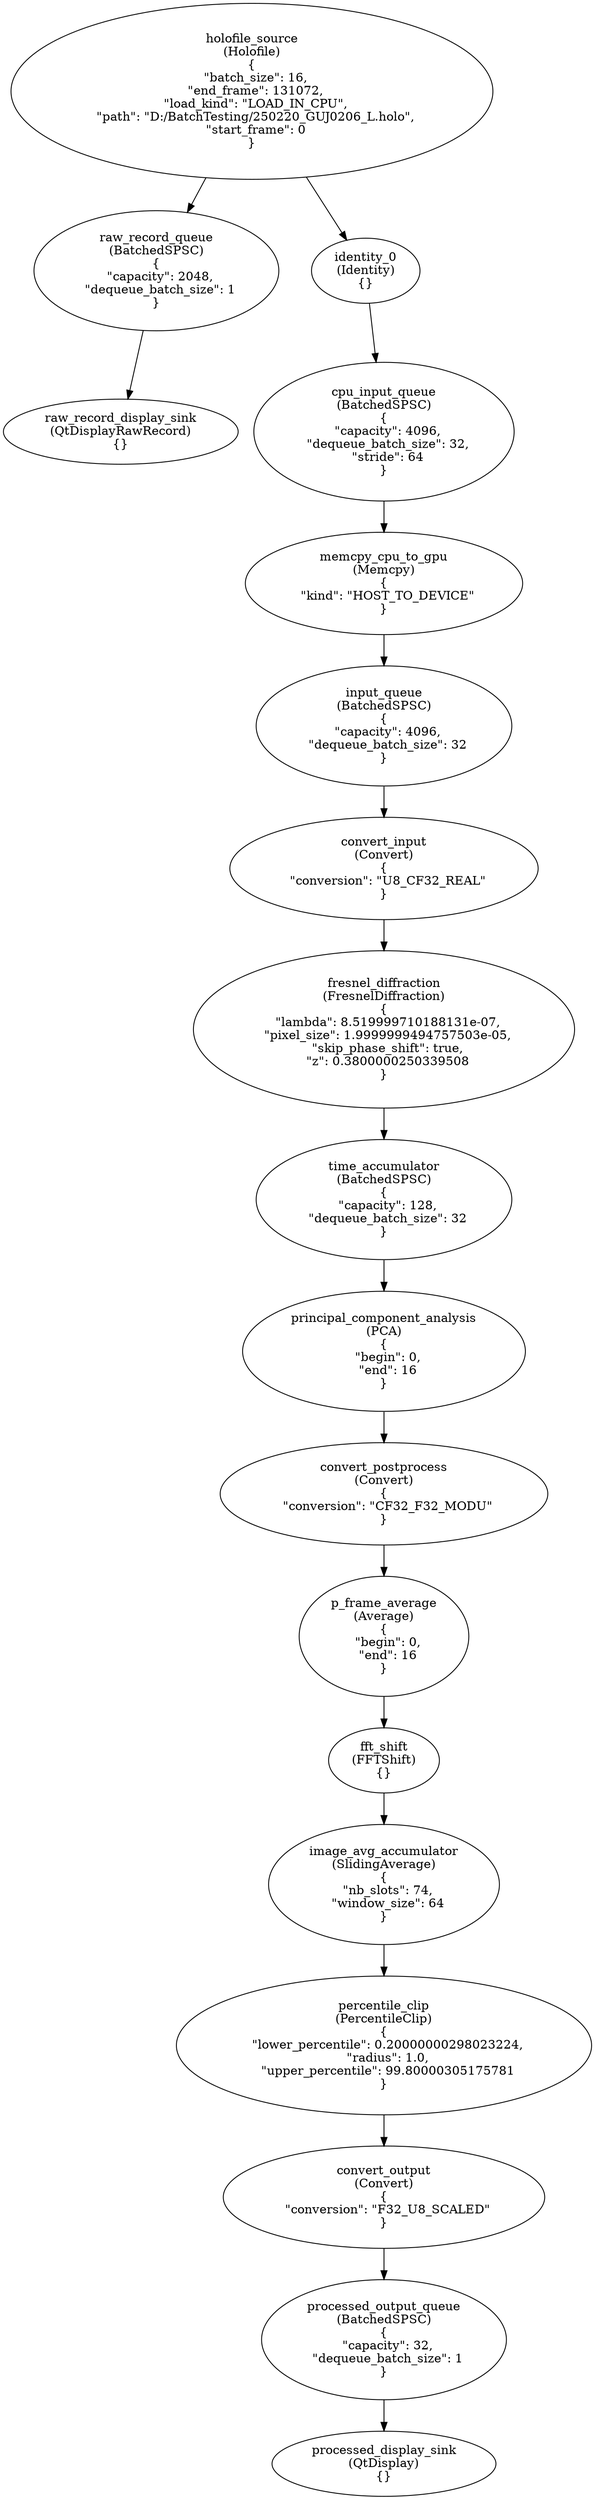
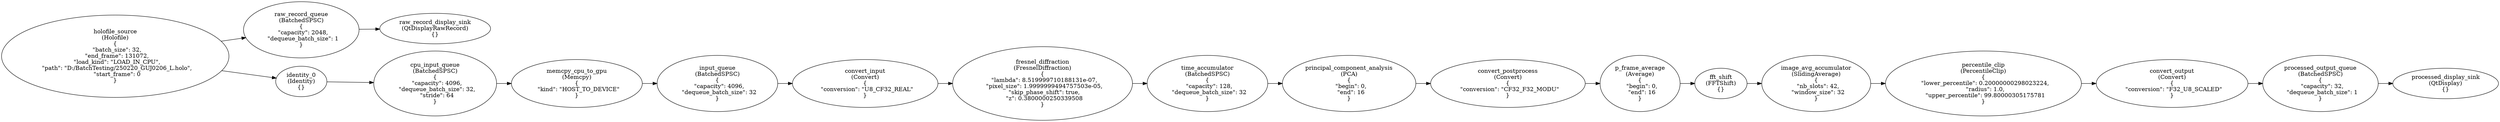
digraph G {
+ rankdir=LR;
0[label="holofile_source\n(Holofile)\n{
-   \"batch_size\": 16,
+   \"batch_size\": 32,
  \"end_frame\": 131072,
  \"load_kind\": \"LOAD_IN_CPU\",
  \"path\": \"D:/BatchTesting/250220_GUJ0206_L.holo\",
  \"start_frame\": 0
}"];
1[label="raw_record_queue\n(BatchedSPSC)\n{
  \"capacity\": 2048,
  \"dequeue_batch_size\": 1
}"];
2[label="raw_record_display_sink\n(QtDisplayRawRecord)\n{}"];
3[label="identity_0\n(Identity)\n{}"];
4[label="cpu_input_queue\n(BatchedSPSC)\n{
  \"capacity\": 4096,
  \"dequeue_batch_size\": 32,
  \"stride\": 64
}"];
5[label="memcpy_cpu_to_gpu\n(Memcpy)\n{
  \"kind\": \"HOST_TO_DEVICE\"
}"];
6[label="input_queue\n(BatchedSPSC)\n{
  \"capacity\": 4096,
  \"dequeue_batch_size\": 32
}"];
7[label="convert_input\n(Convert)\n{
  \"conversion\": \"U8_CF32_REAL\"
}"];
8[label="fresnel_diffraction\n(FresnelDiffraction)\n{
  \"lambda\": 8.519999710188131e-07,
  \"pixel_size\": 1.9999999494757503e-05,
  \"skip_phase_shift\": true,
  \"z\": 0.3800000250339508
}"];
9[label="time_accumulator\n(BatchedSPSC)\n{
  \"capacity\": 128,
  \"dequeue_batch_size\": 32
}"];
10[label="principal_component_analysis\n(PCA)\n{
  \"begin\": 0,
  \"end\": 16
}"];
11[label="convert_postprocess\n(Convert)\n{
  \"conversion\": \"CF32_F32_MODU\"
}"];
12[label="p_frame_average\n(Average)\n{
  \"begin\": 0,
  \"end\": 16
}"];
13[label="fft_shift\n(FFTShift)\n{}"];
14[label="image_avg_accumulator\n(SlidingAverage)\n{
-   \"nb_slots\": 74,
-   \"window_size\": 64
+   \"nb_slots\": 42,
+   \"window_size\": 32
}"];
15[label="percentile_clip\n(PercentileClip)\n{
  \"lower_percentile\": 0.20000000298023224,
  \"radius\": 1.0,
  \"upper_percentile\": 99.80000305175781
}"];
16[label="convert_output\n(Convert)\n{
  \"conversion\": \"F32_U8_SCALED\"
}"];
17[label="processed_output_queue\n(BatchedSPSC)\n{
  \"capacity\": 32,
  \"dequeue_batch_size\": 1
}"];
18[label="processed_display_sink\n(QtDisplay)\n{}"];
0->1 ;
0->3 ;
1->2 ;
3->4 ;
4->5 ;
5->6 ;
6->7 ;
7->8 ;
8->9 ;
9->10 ;
10->11 ;
11->12 ;
12->13 ;
13->14 ;
14->15 ;
15->16 ;
16->17 ;
17->18 ;
}
